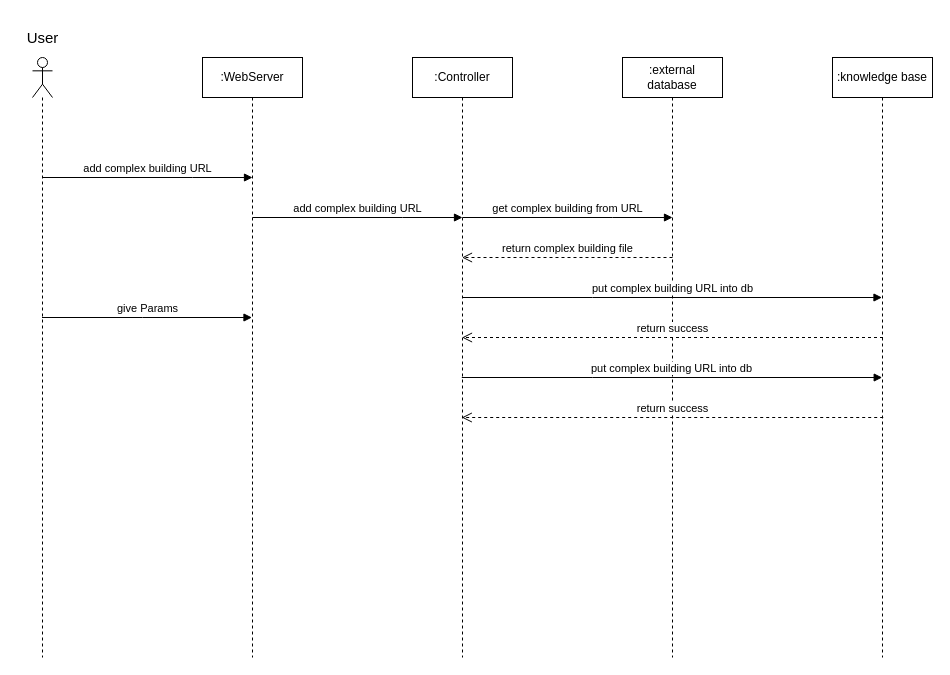
Before: page "Sequence Diagram" (4 of 8) of Diagrams/Diagrams.drawio in Hallvaeb/automation-p2-construction-knowledge-base, a draw.io diagram. Source tidied: cells renumbered, new cells numbered last; positions are measured from the earlier drawing's top-left corner, leaving out a move shared by most shapes. Both pictures are drawn from the tidied source at 100%, with x=0, y=0 at pixel (17, 27).
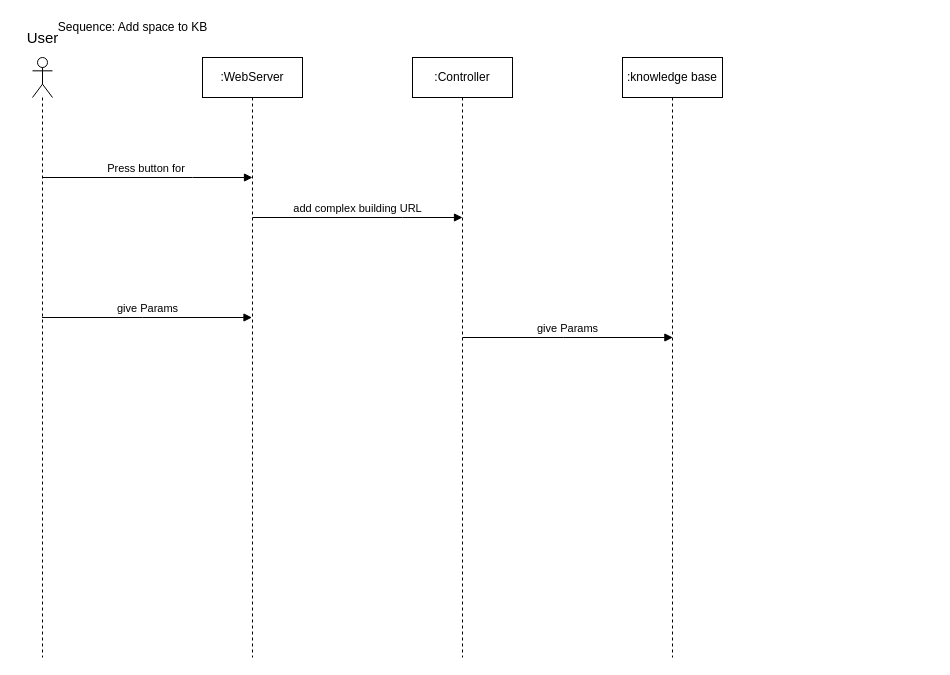
After the change.

Unchanged cells that the change refers to:
```xml
<mxCell id="3" value=":WebServer" style="shape=umlLifeline;perimeter=lifelinePerimeter;whiteSpace=wrap;html=1;outlineConnect=0;" parent="1" vertex="1">
  <mxGeometry x="185" y="30" width="100" height="600" as="geometry" />
</mxCell>
<mxCell id="7" value=":Controller" style="shape=umlLifeline;perimeter=lifelinePerimeter;whiteSpace=wrap;html=1;outlineConnect=0;" parent="1" vertex="1">
  <mxGeometry x="395" y="30" width="100" height="600" as="geometry" />
</mxCell>
```

What changed in the source:
```diff
@@
-    <mxCell id="4" value="add complex building URL" style="html=1;verticalAlign=bottom;endArrow=block;rounded=0;edgeStyle=orthogonalEdgeStyle;" parent="3" edge="1">
+    <mxCell id="4" value="Press button for&amp;nbsp;" style="html=1;verticalAlign=bottom;endArrow=block;rounded=0;edgeStyle=orthogonalEdgeStyle;" parent="3" edge="1">
       <mxGeometry relative="1" as="geometry">
         <mxPoint x="-160" y="120" as="sourcePoint" />
         <mxPoint x="50" y="120" as="targetPoint" />
         <Array as="points">
           <mxPoint x="-10" y="120" />
           <mxPoint x="-10" y="120" />
         </Array>
       </mxGeometry>
     </mxCell>
@@
+    <mxCell id="17" value="give Params" style="html=1;verticalAlign=bottom;endArrow=block;rounded=0;edgeStyle=orthogonalEdgeStyle;" parent="7" edge="1">
+      <mxGeometry relative="1" as="geometry">
+        <mxPoint x="50" y="280" as="sourcePoint" />
+        <mxPoint x="260.4" y="280" as="targetPoint" />
+        <Array as="points">
+          <mxPoint x="150.9" y="280" />
+          <mxPoint x="150.9" y="280" />
+        </Array>
+      </mxGeometry>
+    </mxCell>
@@
-    <mxCell id="9" value=":external database" style="shape=umlLifeline;perimeter=lifelinePerimeter;whiteSpace=wrap;html=1;" parent="1" vertex="1">
-      <mxGeometry x="605" y="30" width="100" height="600" as="geometry" />
-    </mxCell>
-    <mxCell id="10" value="return complex building file" style="html=1;verticalAlign=bottom;endArrow=open;dashed=1;endSize=8;rounded=0;edgeStyle=orthogonalEdgeStyle;" parent="9" edge="1" target="7">
-      <mxGeometry relative="1" as="geometry">
-        <mxPoint x="50" y="200" as="sourcePoint" />
-        <Array as="points">
-          <mxPoint x="-100" y="200" />
-          <mxPoint x="-100" y="200" />
-        </Array>
-      </mxGeometry>
-    </mxCell>
-    <mxCell id="11" value="get complex building from URL" style="html=1;verticalAlign=bottom;endArrow=block;rounded=0;edgeStyle=orthogonalEdgeStyle;" parent="1" edge="1">
-      <mxGeometry relative="1" as="geometry">
-        <mxPoint x="445" y="190" as="sourcePoint" />
-        <mxPoint x="655" y="190" as="targetPoint" />
-        <Array as="points">
-          <mxPoint x="595" y="190" />
-          <mxPoint x="595" y="190" />
-        </Array>
-      </mxGeometry>
-    </mxCell>
     <mxCell id="12" value=":knowledge base" style="shape=umlLifeline;perimeter=lifelinePerimeter;whiteSpace=wrap;html=1;outlineConnect=0;" parent="1" vertex="1">
-      <mxGeometry x="815" y="30" width="100" height="600" as="geometry" />
+      <mxGeometry x="605" y="30" width="100" height="600" as="geometry" />
     </mxCell>
-    <mxCell id="13" value="put complex building URL into db" style="html=1;verticalAlign=bottom;endArrow=block;rounded=0;edgeStyle=orthogonalEdgeStyle;" parent="1" edge="1" source="7" target="12">
-      <mxGeometry relative="1" as="geometry">
-        <Array as="points">
-          <mxPoint x="575" y="270" />
-          <mxPoint x="575" y="270" />
-        </Array>
-      </mxGeometry>
-    </mxCell>
-    <mxCell id="14" value="return success" style="html=1;verticalAlign=bottom;endArrow=open;dashed=1;endSize=8;rounded=0;edgeStyle=orthogonalEdgeStyle;" parent="1" edge="1" target="7">
-      <mxGeometry relative="1" as="geometry">
-        <mxPoint x="865.5" y="310" as="sourcePoint" />
-        <Array as="points">
-          <mxPoint x="565" y="310" />
-          <mxPoint x="565" y="310" />
-        </Array>
-      </mxGeometry>
-    </mxCell>
-    <mxCell id="15" value="put complex building URL into db" style="html=1;verticalAlign=bottom;endArrow=block;rounded=0;edgeStyle=orthogonalEdgeStyle;" parent="1" edge="1">
-      <mxGeometry relative="1" as="geometry">
-        <mxPoint x="444.3" y="350" as="sourcePoint" />
-        <mxPoint x="864.7" y="350" as="targetPoint" />
-        <Array as="points">
-          <mxPoint x="575.2" y="350" />
-          <mxPoint x="575.2" y="350" />
-        </Array>
-      </mxGeometry>
-    </mxCell>
-    <mxCell id="16" value="return success" style="html=1;verticalAlign=bottom;endArrow=open;dashed=1;endSize=8;rounded=0;edgeStyle=orthogonalEdgeStyle;" parent="1" edge="1">
-      <mxGeometry relative="1" as="geometry">
-        <mxPoint x="865.7" y="390" as="sourcePoint" />
-        <mxPoint x="444.3" y="390" as="targetPoint" />
-        <Array as="points">
-          <mxPoint x="565.2" y="390" />
-          <mxPoint x="565.2" y="390" />
-        </Array>
-      </mxGeometry>
-    </mxCell>
+    <mxCell id="18" value="Sequence: Add space to KB" style="text;html=1;align=center;verticalAlign=middle;strokeColor=none;fillColor=none;" parent="1" vertex="1">
+      <mxGeometry x="35" y="-10" width="160" height="20" as="geometry" />
+    </mxCell>
```
